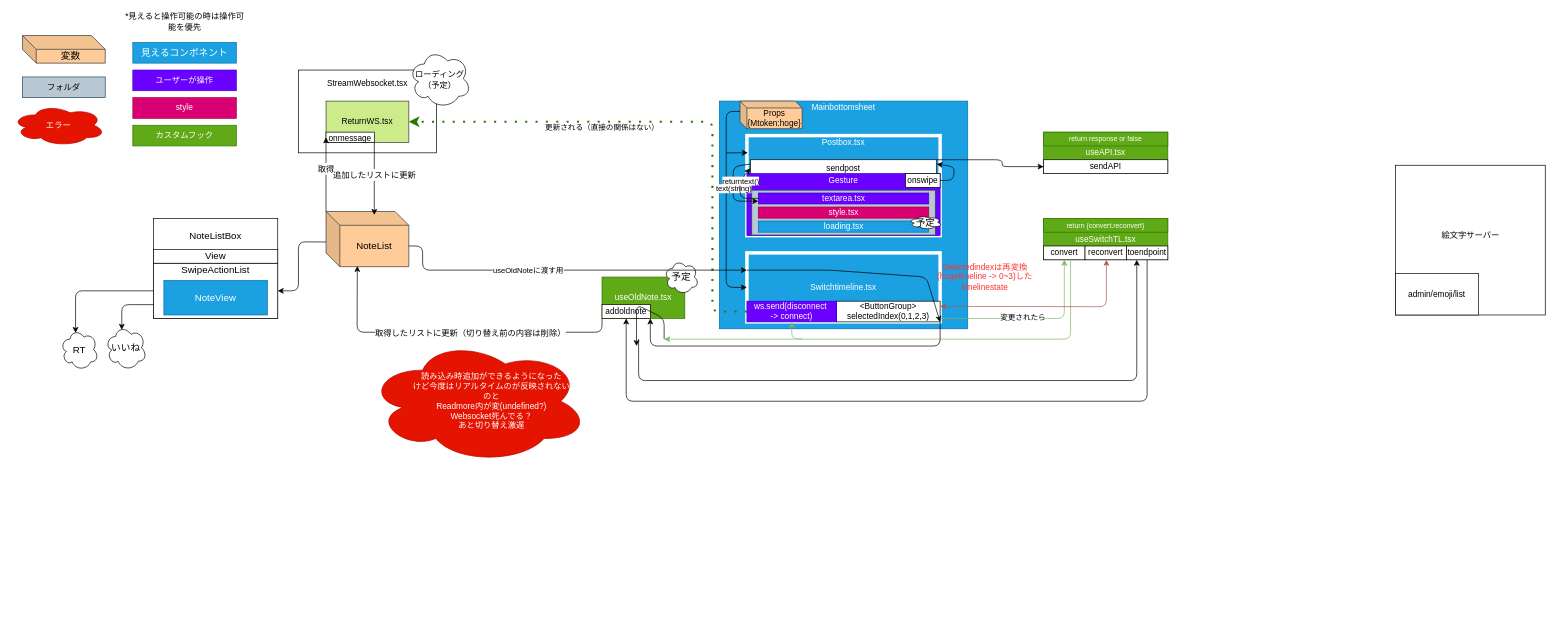
Before: PingHengapp.drawio in 0-a-e/Pingheng, a draw.io diagram. Source tidied: cells renumbered, new cells numbered last; positions are measured from the earlier drawing's top-left corner, leaving out a move shared by most shapes. Both pictures are drawn from the tidied source at 69%, with x=0, y=0 at pixel (12, 14).
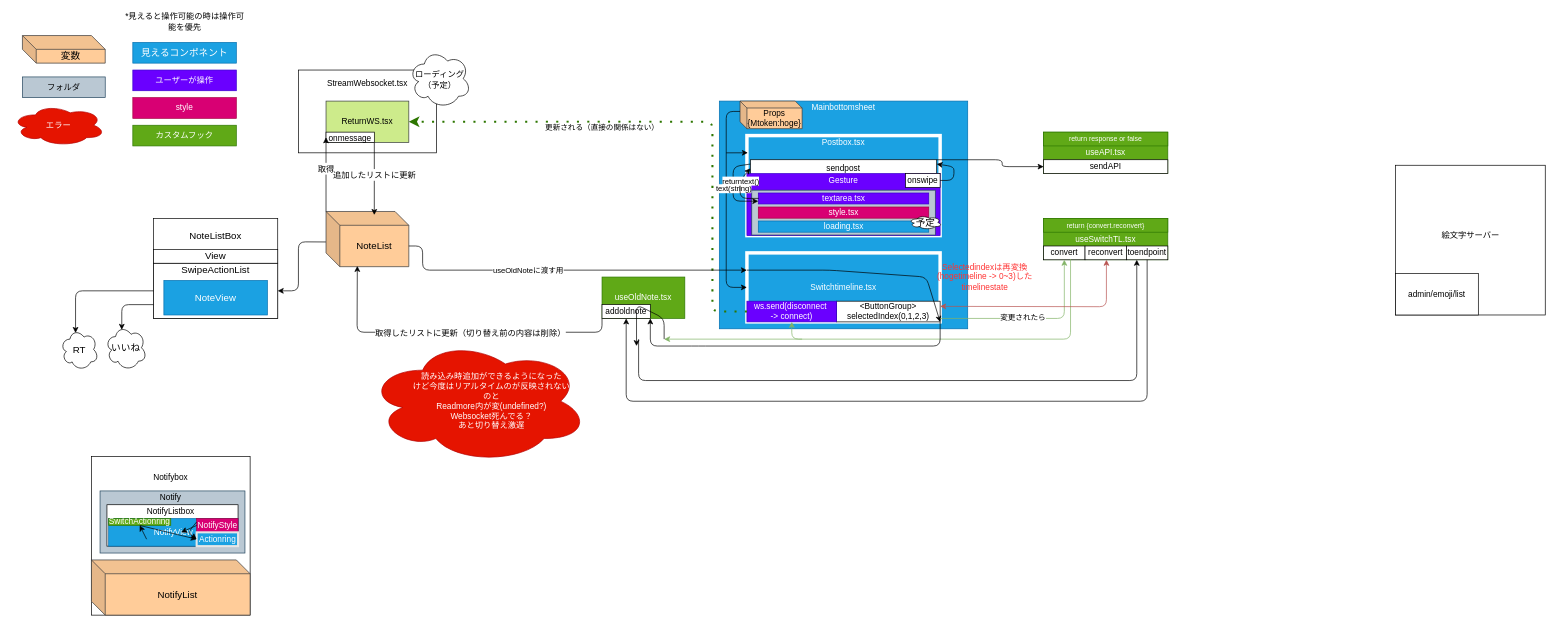
The same diagram, later.

Diff of the diagram source:
```diff
@@
+    <mxCell id="96" style="whiteSpace=wrap;html=1;" parent="1" vertex="1">
+      <mxGeometry x="115" y="640" width="230" height="230" as="geometry" />
+    </mxCell>
@@
-    <mxCell id="42" value="予定" style="ellipse;shape=cloud;whiteSpace=wrap;html=1;fontSize=14;fontColor=#000000;align=center;" parent="1" vertex="1">
-      <mxGeometry x="945" y="355" width="50" height="50" as="geometry" />
-    </mxCell>
@@
+    <mxCell id="97" value="NotifyList" style="shape=cube;whiteSpace=wrap;html=1;boundedLbl=1;backgroundOutline=1;darkOpacity=0.05;darkOpacity2=0.1;fillColor=#ffcc99;strokeColor=#36393d;fontSize=14;" parent="1" vertex="1">
+      <mxGeometry x="115" y="790" width="230" height="80" as="geometry" />
+    </mxCell>
+    <mxCell id="98" value="Notifybox" style="text;html=1;strokeColor=none;fillColor=none;align=center;verticalAlign=middle;whiteSpace=wrap;rounded=0;" parent="1" vertex="1">
+      <mxGeometry x="210" y="660" width="40" height="20" as="geometry" />
+    </mxCell>
+    <mxCell id="99" style="whiteSpace=wrap;html=1;strokeColor=#23445d;strokeWidth=1;fillColor=#bac8d3;" parent="1" vertex="1">
+      <mxGeometry x="127.5" y="690" width="210" height="90" as="geometry" />
+    </mxCell>
+    <mxCell id="100" value="Notify" style="text;html=1;strokeColor=none;fillColor=none;align=center;verticalAlign=middle;whiteSpace=wrap;rounded=0;" parent="1" vertex="1">
+      <mxGeometry x="210" y="690" width="40" height="20" as="geometry" />
+    </mxCell>
+    <mxCell id="101" style="rounded=0;whiteSpace=wrap;html=1;" parent="1" vertex="1">
+      <mxGeometry x="137.5" y="710" width="190" height="60" as="geometry" />
+    </mxCell>
+    <mxCell id="102" value="NotifyView" style="rounded=0;whiteSpace=wrap;html=1;fillColor=#1ba1e2;strokeColor=#006EAF;fontColor=#ffffff;" parent="1" vertex="1">
+      <mxGeometry x="140" y="730" width="187.5" height="40" as="geometry" />
+    </mxCell>
+    <mxCell id="103" value="NotifyStyle" style="rounded=0;whiteSpace=wrap;html=1;fillColor=#d80073;strokeColor=#A50040;fontColor=#ffffff;" parent="1" vertex="1">
+      <mxGeometry x="267.5" y="730" width="60" height="20" as="geometry" />
+    </mxCell>
+    <mxCell id="104" value="SwitchActionring" style="rounded=0;whiteSpace=wrap;html=1;fillColor=#60a917;strokeColor=#2D7600;fontColor=#ffffff;" parent="1" vertex="1">
+      <mxGeometry x="140" y="730" width="90" height="10" as="geometry" />
+    </mxCell>
+    <mxCell id="105" value="NotifyListbox" style="text;html=1;strokeColor=none;fillColor=none;align=center;verticalAlign=middle;whiteSpace=wrap;rounded=0;" parent="1" vertex="1">
+      <mxGeometry x="210" y="710" width="40" height="20" as="geometry" />
+    </mxCell>
+    <mxCell id="106" style="edgeStyle=orthogonalEdgeStyle;rounded=0;jettySize=auto;html=1;exitX=0;exitY=0;exitDx=0;exitDy=0;" parent="1" edge="1" source="107">
+      <mxGeometry relative="1" as="geometry">
+        <mxPoint x="267.6" y="750" as="targetPoint" />
+      </mxGeometry>
+    </mxCell>
+    <mxCell id="107" value="Actionring" style="rounded=0;whiteSpace=wrap;html=1;fillColor=#1ba1e2;fontColor=#ffffff;strokeColor=#E6E6E6;strokeWidth=3;" parent="1" vertex="1">
+      <mxGeometry x="267.5" y="750" width="60" height="20" as="geometry" />
+    </mxCell>
+    <mxCell id="108" style="endArrow=classic;html=1;entryX=0;entryY=0.5;entryDx=0;entryDy=0;exitX=0;exitY=0.25;exitDx=0;exitDy=0;" parent="1" edge="1" source="103" target="107">
+      <mxGeometry relative="1" as="geometry">
+        <Array as="points">
+          <mxPoint x="255" y="750" />
+        </Array>
+      </mxGeometry>
+    </mxCell>
+    <mxCell id="109" style="endArrow=classic;html=1;exitX=0;exitY=0.5;exitDx=0;exitDy=0;" parent="1" edge="1" source="103">
+      <mxGeometry relative="1" as="geometry">
+        <mxPoint x="245" y="750" as="targetPoint" />
+      </mxGeometry>
+    </mxCell>
+    <mxCell id="110" style="endArrow=classic;html=1;entryX=0.5;entryY=1;entryDx=0;entryDy=0;" parent="1" edge="1" target="104">
+      <mxGeometry relative="1" as="geometry">
+        <mxPoint x="195" y="760" as="sourcePoint" />
+      </mxGeometry>
+    </mxCell>
+    <mxCell id="111" style="endArrow=classic;html=1;entryX=0;entryY=0.5;entryDx=0;entryDy=0;exitX=0.5;exitY=1;exitDx=0;exitDy=0;" parent="1" edge="1" source="104" target="107">
+      <mxGeometry relative="1" as="geometry" />
+    </mxCell>
```
